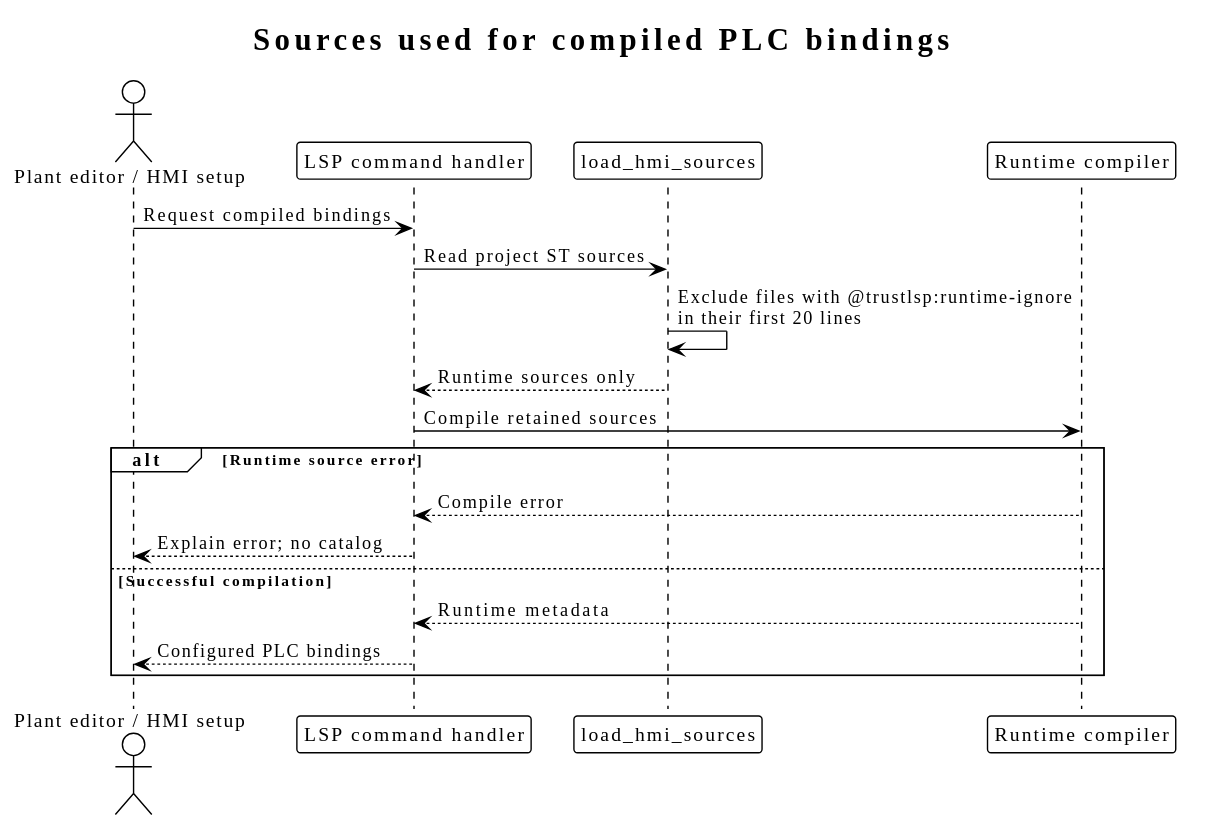
Before: docs/diagrams/generated/compiled-binding-sources.svg, a diagram exported from PlantUML (johannesPettersson80/trust-platform).
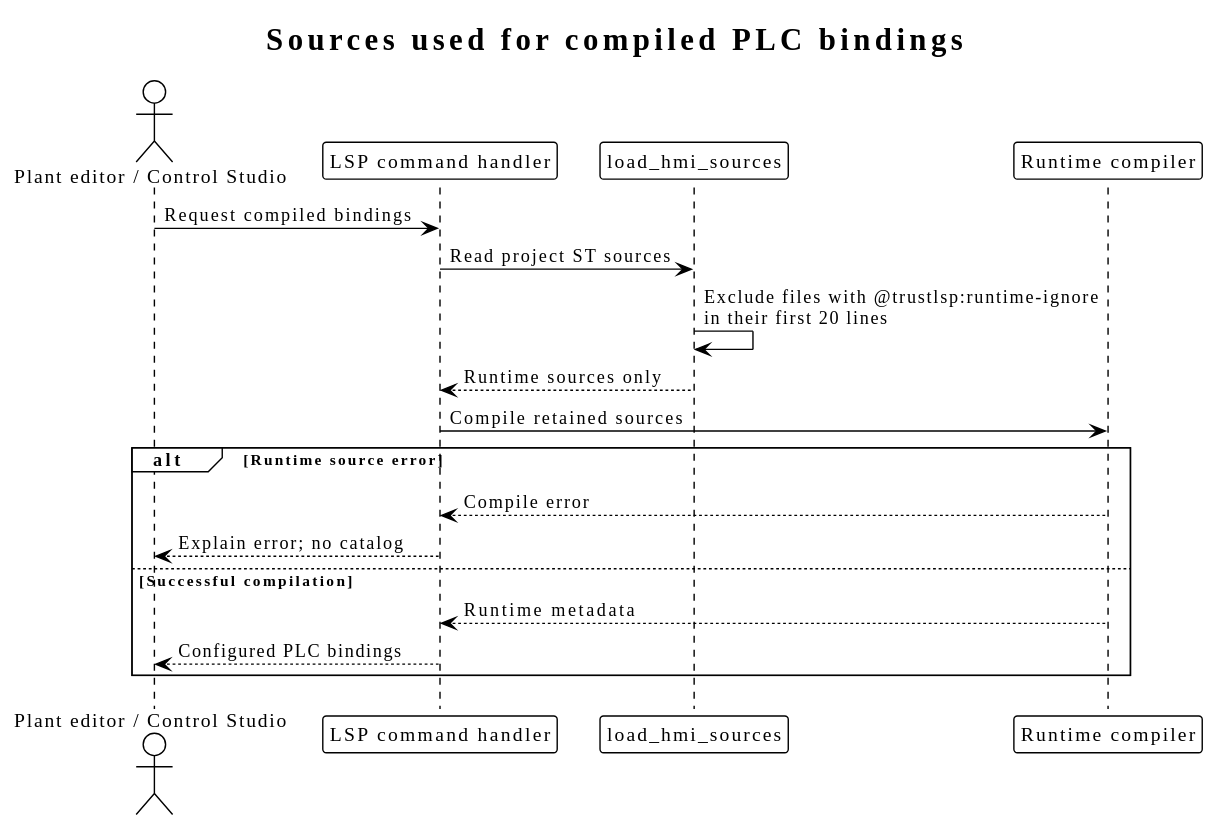
The same diagram one commit later.

Diff of the diagram source:
```diff
@@ -1,7 +1,7 @@
 @startuml
 !theme plain
 title Sources used for compiled PLC bindings
-actor "Plant editor / HMI setup" as ui
+actor "Plant editor / Control Studio" as ui
 participant "LSP command handler" as command
 participant "load_hmi_sources" as loader
 participant "Runtime compiler" as compiler
```
